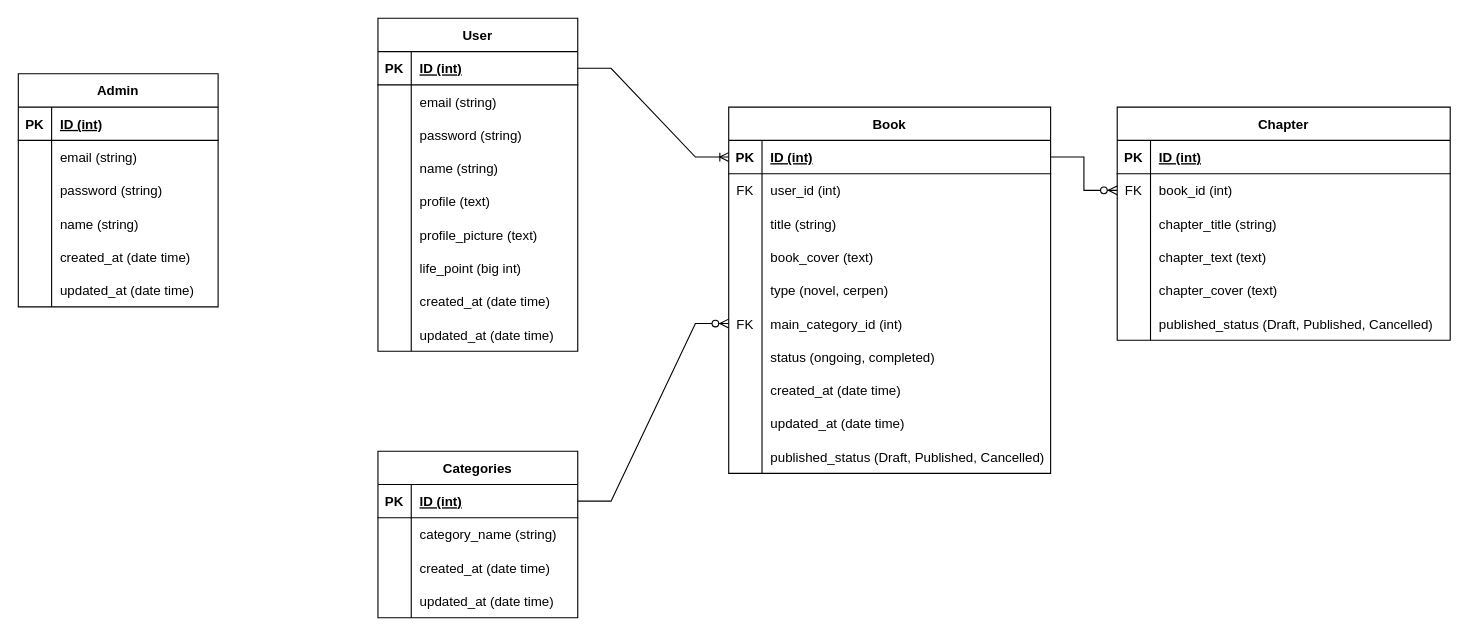
Earlier version of the draw.io diagram GedeBook Sprint 1.drawio (bimonugraraga/gedebook-api). Source tidied: cells renumbered, new cells numbered last; positions are measured from the earlier drawing's top-left corner, leaving out a move shared by most shapes. Both pictures are drawn from the tidied source at 111%, with x=0, y=0 at pixel (18, 18).
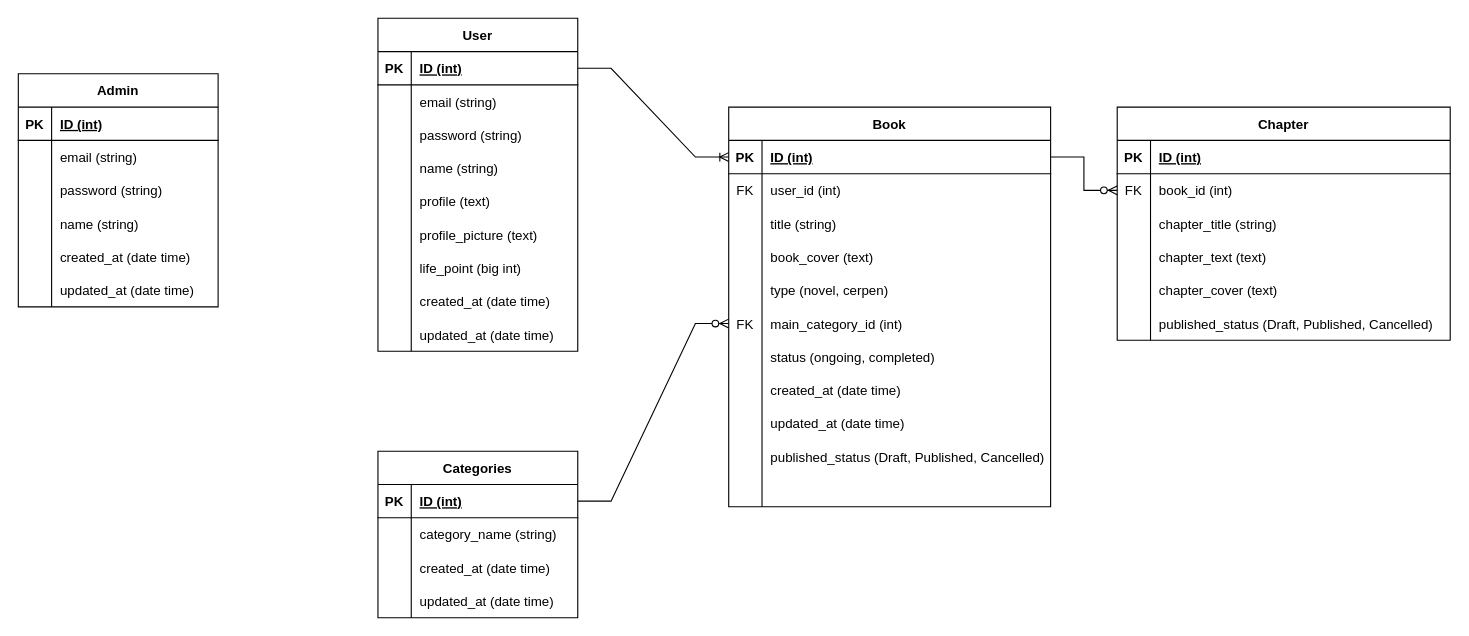
The same diagram, later.

Change to the diagram source:
```diff
@@
     <mxCell id="62" value="Book" style="shape=table;startSize=30;childLayout=tableLayout;rowLines=0;fontStyle=1;align=center;" parent="1" vertex="1">
-      <mxGeometry x="640" y="80" width="290" height="330" as="geometry" />
+      <mxGeometry x="640" y="80" width="290" height="360" as="geometry" />
     </mxCell>
@@
+    <mxCell id="115" style="shape=tableRow;horizontal=0;startSize=0;swimlaneHead=0;swimlaneBody=0;fillColor=none;top=0;left=0;right=0;bottom=0;" parent="62" vertex="1">
+      <mxGeometry y="330" width="290" height="30" as="geometry" />
+    </mxCell>
+    <mxCell id="116" style="shape=partialRectangle;fillColor=none;top=0;left=0;bottom=0;right=0;overflow=hidden;" parent="115" vertex="1">
+      <mxGeometry width="30" height="30" as="geometry" />
+    </mxCell>
+    <mxCell id="117" style="shape=partialRectangle;fillColor=none;top=0;left=0;bottom=0;right=0;align=left;spacingLeft=6;overflow=hidden;" parent="115" vertex="1">
+      <mxGeometry x="30" width="260" height="30" as="geometry" />
+    </mxCell>
```
